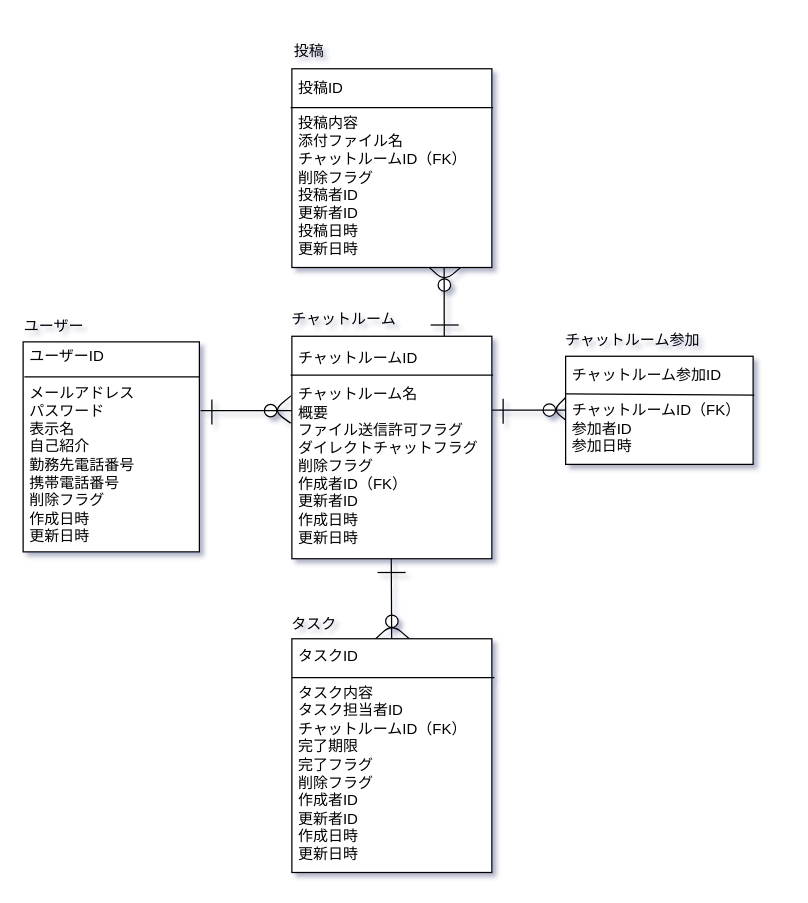
39nina/quelcode-db keeps this draw.io diagram as db/db-challenge1/erd.drawio. Above is the earlier version. Source tidied: cells renumbered, new cells numbered last; positions are measured from the earlier drawing's top-left corner, leaving out a move shared by most shapes. Both pictures are drawn from the tidied source at 125%, with x=0, y=0 at pixel (21, 21).
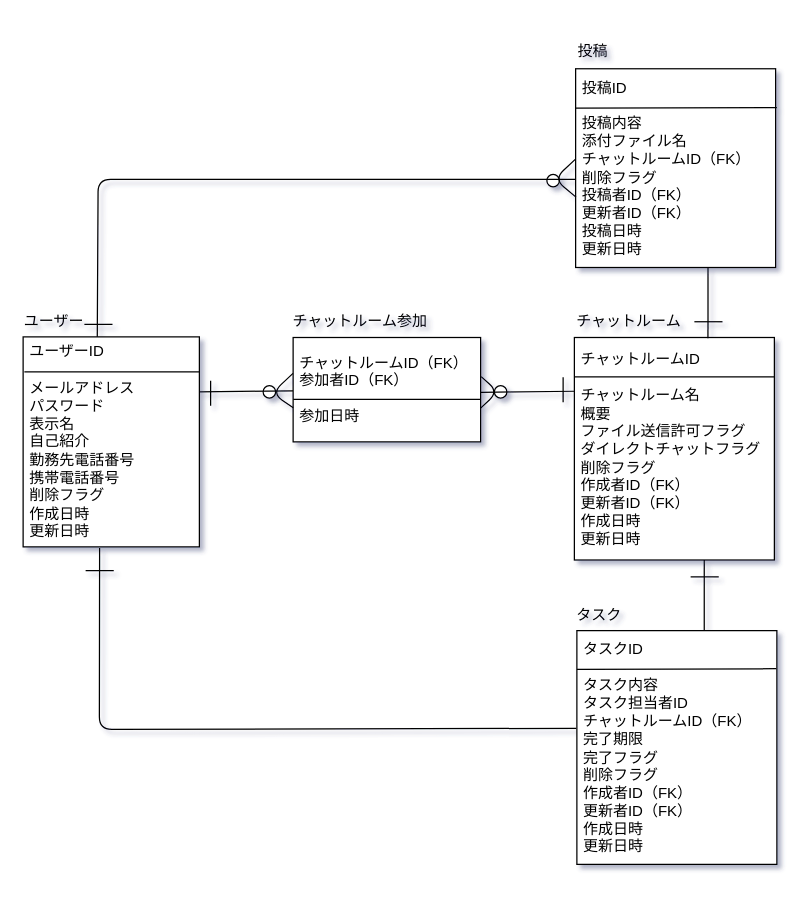
The same diagram, later.

Commit message:
ユーザーIDを外部キーとするリレーション追加およびチャットルーム参加を中間テーブルとするため構造修正

Change to the diagram source:
```diff
@@
+    <mxCell id="33" style="ellipse;whiteSpace=wrap;html=1;" parent="1" vertex="1">
+      <mxGeometry x="378" y="291" width="10" height="10" as="geometry" />
+    </mxCell>
+    <mxCell id="32" value="&lt;font style=&quot;font-size: 12px&quot;&gt;タスク&lt;/font&gt;" style="text;strokeColor=none;fillColor=none;html=1;fontSize=24;fontStyle=0;verticalAlign=middle;align=left;" parent="1" vertex="1">
+      <mxGeometry x="442" y="451" width="100" height="40" as="geometry" />
+    </mxCell>
     <mxCell id="2" style="ellipse;whiteSpace=wrap;html=1;" parent="1" vertex="1">
-      <mxGeometry x="333" y="205.5" width="10" height="10" as="geometry" />
+      <mxGeometry x="420" y="122" width="10" height="10" as="geometry" />
     </mxCell>
-    <mxCell id="3" style="ellipse;whiteSpace=wrap;html=1;" parent="1" vertex="1">
-      <mxGeometry x="417" y="305.5" width="10" height="10" as="geometry" />
-    </mxCell>
-    <mxCell id="4" style="ellipse;whiteSpace=wrap;html=1;" parent="1" vertex="1">
-      <mxGeometry x="291" y="474.5" width="10" height="10" as="geometry" />
-    </mxCell>
-    <mxCell id="5" style="endArrow=none;html=1;exitX=0.591;exitY=0.003;exitDx=0;exitDy=0;exitPerimeter=0;" parent="1" edge="1">
-      <mxGeometry relative="1" as="geometry">
-        <mxPoint x="310.6" y="494.1" as="sourcePoint" />
-        <mxPoint x="282" y="494.5" as="targetPoint" />
-        <Array as="points">
-          <mxPoint x="296" y="481.5" />
-        </Array>
-      </mxGeometry>
-    </mxCell>
+    <mxCell id="27" style="endArrow=none;html=1;entryX=0.006;entryY=0.557;entryDx=0;entryDy=0;entryPerimeter=0;exitX=0.603;exitY=1.011;exitDx=0;exitDy=0;exitPerimeter=0;" parent="1" edge="1" source="28" target="10">
+      <mxGeometry relative="1" as="geometry">
+        <Array as="points">
+          <mxPoint x="61" y="126" />
+        </Array>
+      </mxGeometry>
+    </mxCell>
     <mxCell id="6" style="ellipse;whiteSpace=wrap;html=1;" parent="1" vertex="1">
-      <mxGeometry x="194" y="306" width="10" height="10" as="geometry" />
+      <mxGeometry x="193" y="291" width="10" height="10" as="geometry" />
     </mxCell>
-    <mxCell id="7" style="endArrow=none;html=1;exitX=0.499;exitY=0.004;exitDx=0;exitDy=0;exitPerimeter=0;" parent="1" edge="1" source="18">
+    <mxCell id="7" style="endArrow=none;html=1;exitX=-0.003;exitY=0.418;exitDx=0;exitDy=0;exitPerimeter=0;entryX=0.434;entryY=1.005;entryDx=0;entryDy=0;entryPerimeter=0;" parent="1" edge="1" source="18" target="11">
       <mxGeometry relative="1" as="geometry">
-        <mxPoint x="295.5" y="429.5" as="targetPoint" />
+        <Array as="points">
+          <mxPoint x="62" y="566" />
+        </Array>
       </mxGeometry>
     </mxCell>
-    <mxCell id="8" style="endArrow=none;html=1;" parent="1" edge="1">
-      <mxGeometry relative="1" as="geometry">
-        <mxPoint x="376" y="310.5" as="sourcePoint" />
-        <mxPoint x="436" y="310.5" as="targetPoint" />
-      </mxGeometry>
-    </mxCell>
-    <mxCell id="9" style="endArrow=none;html=1;entryX=0.013;entryY=0.576;entryDx=0;entryDy=0;entryPerimeter=0;" parent="1" edge="1">
+    <mxCell id="9" style="endArrow=none;html=1;" parent="1" edge="1" target="13">
       <mxGeometry relative="1" as="geometry">
-        <mxPoint x="143" y="311" as="sourcePoint" />
-        <mxPoint x="217" y="311" as="targetPoint" />
+        <mxPoint x="142" y="296" as="sourcePoint" />
       </mxGeometry>
     </mxCell>
-    <mxCell id="10" value="&amp;nbsp;投稿ID&lt;br&gt;&lt;br&gt;&amp;nbsp;投稿内容&lt;br&gt;&amp;nbsp;添付ファイル名&lt;br&gt;&amp;nbsp;チャットルームID（FK）&lt;br&gt;&amp;nbsp;削除フラグ&lt;br&gt;&amp;nbsp;投稿者ID&lt;br&gt;&amp;nbsp;更新者ID&lt;br&gt;&amp;nbsp;投稿日時&lt;br&gt;&amp;nbsp;更新日時" style="rounded=0;whiteSpace=wrap;html=1;align=left;" parent="1" vertex="1">
-      <mxGeometry x="216" y="37.5" width="160" height="159" as="geometry" />
+    <mxCell id="10" value="&amp;nbsp;投稿ID&lt;br&gt;&lt;br&gt;&amp;nbsp;投稿内容&lt;br&gt;&amp;nbsp;添付ファイル名&lt;br&gt;&amp;nbsp;チャットルームID（FK）&lt;br&gt;&amp;nbsp;削除フラグ&lt;br&gt;&amp;nbsp;投稿者ID（FK）&lt;br&gt;&amp;nbsp;更新者ID（FK）&lt;br&gt;&amp;nbsp;投稿日時&lt;br&gt;&amp;nbsp;更新日時" style="rounded=0;whiteSpace=wrap;html=1;align=left;" parent="1" vertex="1">
+      <mxGeometry x="443" y="37.5" width="160" height="159" as="geometry" />
     </mxCell>
     <mxCell id="11" value="&amp;nbsp;ユーザーID&lt;br&gt;&lt;br&gt;&amp;nbsp;メールアドレス&lt;br&gt;&amp;nbsp;パスワード&lt;br&gt;&amp;nbsp;表示名&lt;br&gt;&amp;nbsp;自己紹介&lt;br&gt;&amp;nbsp;勤務先電話番号&lt;br&gt;&amp;nbsp;携帯電話番号&lt;br&gt;&amp;nbsp;削除フラグ&lt;br&gt;&amp;nbsp;作成日時&lt;br&gt;&amp;nbsp;更新日時" style="rounded=0;whiteSpace=wrap;html=1;align=left;" parent="1" vertex="1">
-      <mxGeometry x="1" y="256" width="141" height="168" as="geometry" />
+      <mxGeometry x="1" y="252" width="141" height="168" as="geometry" />
     </mxCell>
-    <mxCell id="12" value="&amp;nbsp;チャットルームID&lt;br&gt;&lt;br&gt;&amp;nbsp;チャットルーム名&lt;br&gt;&amp;nbsp;概要&lt;br&gt;&amp;nbsp;ファイル送信許可フラグ&lt;br&gt;&amp;nbsp;ダイレクトチャットフラグ&lt;br&gt;&amp;nbsp;削除フラグ&lt;br&gt;&amp;nbsp;作成者ID（FK）&lt;br&gt;&amp;nbsp;更新者ID&lt;br&gt;&amp;nbsp;作成日時&lt;br&gt;&amp;nbsp;更新日時" style="rounded=0;whiteSpace=wrap;html=1;align=left;" parent="1" vertex="1">
-      <mxGeometry x="216" y="251.5" width="160" height="178" as="geometry" />
+    <mxCell id="12" value="&amp;nbsp;チャットルームID&lt;br&gt;&lt;br&gt;&amp;nbsp;チャットルーム名&lt;br&gt;&amp;nbsp;概要&lt;br&gt;&amp;nbsp;ファイル送信許可フラグ&lt;br&gt;&amp;nbsp;ダイレクトチャットフラグ&lt;br&gt;&amp;nbsp;削除フラグ&lt;br&gt;&amp;nbsp;作成者ID（FK）&lt;br&gt;&amp;nbsp;更新者ID（FK）&lt;br&gt;&amp;nbsp;作成日時&lt;br&gt;&amp;nbsp;更新日時" style="rounded=0;whiteSpace=wrap;html=1;align=left;" parent="1" vertex="1">
+      <mxGeometry x="442" y="252.5" width="160" height="178" as="geometry" />
     </mxCell>
-    <mxCell id="13" value="&amp;nbsp;チャットルーム参加ID&lt;br&gt;&lt;br&gt;&amp;nbsp;チャットルームID（FK）&lt;br&gt;&amp;nbsp;参加者ID&lt;br&gt;&amp;nbsp;参加日時" style="rounded=0;whiteSpace=wrap;html=1;align=left;" parent="1" vertex="1">
-      <mxGeometry x="435" y="267.5" width="150" height="86.5" as="geometry" />
+    <mxCell id="13" value="&amp;nbsp;チャットルームID（FK）&lt;br&gt;&amp;nbsp;参加者ID（FK）&lt;br&gt;&lt;br&gt;&amp;nbsp;参加日時" style="rounded=0;whiteSpace=wrap;html=1;align=left;" parent="1" vertex="1">
+      <mxGeometry x="217" y="252.5" width="150" height="83.5" as="geometry" />
     </mxCell>
     <mxCell id="14" style="endArrow=none;html=1;entryX=1;entryY=0.207;entryDx=0;entryDy=0;entryPerimeter=0;" parent="1" edge="1">
       <mxGeometry relative="1" as="geometry">
-        <mxPoint x="2" y="284" as="sourcePoint" />
-        <mxPoint x="142" y="284" as="targetPoint" />
+        <mxPoint x="2" y="280" as="sourcePoint" />
+        <mxPoint x="142" y="280" as="targetPoint" />
       </mxGeometry>
     </mxCell>
-    <mxCell id="15" style="endArrow=none;html=1;" parent="1" edge="1">
-      <mxGeometry relative="1" as="geometry">
-        <mxPoint x="215" y="282.5" as="sourcePoint" />
-        <mxPoint x="377" y="282.5" as="targetPoint" />
-      </mxGeometry>
+    <mxCell id="15" style="endArrow=none;html=1;entryX=1.001;entryY=0.177;entryDx=0;entryDy=0;entryPerimeter=0;exitX=-0.001;exitY=0.177;exitDx=0;exitDy=0;exitPerimeter=0;" parent="1" edge="1" source="12" target="12">
+      <mxGeometry relative="1" as="geometry" />
     </mxCell>
-    <mxCell id="16" style="endArrow=none;html=1;" parent="1" edge="1">
-      <mxGeometry relative="1" as="geometry">
-        <mxPoint x="435" y="297.5" as="sourcePoint" />
-        <mxPoint x="586" y="298.5" as="targetPoint" />
-      </mxGeometry>
-    </mxCell>
     <mxCell id="17" style="endArrow=none;html=1;" parent="1" edge="1">
       <mxGeometry relative="1" as="geometry">
-        <mxPoint x="215" y="68.5" as="sourcePoint" />
-        <mxPoint x="377" y="68.5" as="targetPoint" />
+        <mxPoint x="443" y="69" as="sourcePoint" />
+        <mxPoint x="604" y="68.5" as="targetPoint" />
       </mxGeometry>
     </mxCell>
-    <mxCell id="18" value="&amp;nbsp;タスクID&lt;br&gt;&lt;br&gt;&amp;nbsp;タスク内容&lt;br&gt;&amp;nbsp;タスク担当者ID&lt;br&gt;&amp;nbsp;チャットルームID（FK）&lt;br&gt;&amp;nbsp;完了期限&lt;br&gt;&amp;nbsp;完了フラグ&lt;br&gt;&amp;nbsp;削除フラグ&lt;br&gt;&amp;nbsp;作成者ID&lt;br&gt;&amp;nbsp;更新者ID&lt;br&gt;&amp;nbsp;作成日時&lt;br&gt;&amp;nbsp;更新日時" style="rounded=0;whiteSpace=wrap;html=1;align=left;" parent="1" vertex="1">
-      <mxGeometry x="216" y="493.5" width="160" height="187" as="geometry" />
+    <mxCell id="18" value="&amp;nbsp;タスクID&lt;br&gt;&lt;br&gt;&amp;nbsp;タスク内容&lt;br&gt;&amp;nbsp;タスク担当者ID&lt;br&gt;&amp;nbsp;チャットルームID（FK）&lt;br&gt;&amp;nbsp;完了期限&lt;br&gt;&amp;nbsp;完了フラグ&lt;br&gt;&amp;nbsp;削除フラグ&lt;br&gt;&amp;nbsp;作成者ID（FK）&lt;br&gt;&amp;nbsp;更新者ID（FK）&lt;br&gt;&amp;nbsp;作成日時&lt;br&gt;&amp;nbsp;更新日時" style="rounded=0;whiteSpace=wrap;html=1;align=left;" parent="1" vertex="1">
+      <mxGeometry x="444" y="487" width="160" height="187" as="geometry" />
     </mxCell>
-    <mxCell id="19" style="endArrow=none;html=1;" parent="1" edge="1">
+    <mxCell id="19" style="endArrow=none;html=1;entryX=0.997;entryY=0.163;entryDx=0;entryDy=0;entryPerimeter=0;" parent="1" edge="1" target="18">
       <mxGeometry relative="1" as="geometry">
-        <mxPoint x="216" y="524.5" as="sourcePoint" />
-        <mxPoint x="378" y="524.5" as="targetPoint" />
+        <mxPoint x="444" y="518" as="sourcePoint" />
       </mxGeometry>
     </mxCell>
-    <mxCell id="20" style="endArrow=none;html=1;" parent="1" edge="1">
-      <mxGeometry relative="1" as="geometry">
-        <mxPoint x="351" y="196.5" as="sourcePoint" />
-        <mxPoint x="326" y="196.5" as="targetPoint" />
-        <Array as="points">
-          <mxPoint x="338" y="207.5" />
-        </Array>
-      </mxGeometry>
-    </mxCell>
     <mxCell id="21" style="endArrow=none;html=1;" parent="1" edge="1">
       <mxGeometry relative="1" as="geometry">
-        <mxPoint x="152" y="322" as="sourcePoint" />
-        <mxPoint x="152" y="302" as="targetPoint" />
+        <mxPoint x="151" y="307" as="sourcePoint" />
+        <mxPoint x="151" y="287" as="targetPoint" />
       </mxGeometry>
     </mxCell>
-    <mxCell id="22" style="endArrow=none;html=1;entryX=0.001;entryY=0.48;entryDx=0;entryDy=0;entryPerimeter=0;" parent="1" edge="1">
+    <mxCell id="22" style="endArrow=none;html=1;entryX=-0.001;entryY=0.32;entryDx=0;entryDy=0;entryPerimeter=0;exitX=0.001;exitY=0.638;exitDx=0;exitDy=0;exitPerimeter=0;" parent="1" edge="1">
       <mxGeometry relative="1" as="geometry">
-        <mxPoint x="215" y="321" as="sourcePoint" />
-        <mxPoint x="215.2" y="299.2" as="targetPoint" />
+        <mxPoint x="217.1" y="308.7" as="sourcePoint" />
+        <mxPoint x="216.9" y="281.2" as="targetPoint" />
         <Array as="points">
-          <mxPoint x="201" y="311" />
+          <mxPoint x="200" y="297" />
         </Array>
       </mxGeometry>
     </mxCell>
-    <mxCell id="23" style="endArrow=none;html=1;" parent="1" edge="1">
-      <mxGeometry relative="1" as="geometry">
-        <mxPoint x="385" y="321.5" as="sourcePoint" />
-        <mxPoint x="385" y="301.5" as="targetPoint" />
-      </mxGeometry>
-    </mxCell>
-    <mxCell id="24" style="endArrow=none;html=1;" parent="1" edge="1">
-      <mxGeometry relative="1" as="geometry">
-        <mxPoint x="435" y="318.5" as="sourcePoint" />
-        <mxPoint x="435" y="300.5" as="targetPoint" />
-        <Array as="points">
-          <mxPoint x="425" y="310.5" />
-        </Array>
-      </mxGeometry>
-    </mxCell>
-    <mxCell id="25" style="endArrow=none;html=1;" parent="1" edge="1">
-      <mxGeometry relative="1" as="geometry">
-        <mxPoint x="349.5" y="242.5" as="sourcePoint" />
-        <mxPoint x="327" y="242.5" as="targetPoint" />
-      </mxGeometry>
-    </mxCell>
     <mxCell id="26" style="endArrow=none;html=1;" parent="1" edge="1">
       <mxGeometry relative="1" as="geometry">
-        <mxPoint x="307" y="440.5" as="sourcePoint" />
-        <mxPoint x="284.5" y="440.5" as="targetPoint" />
+        <mxPoint x="73.5" y="439" as="sourcePoint" />
+        <mxPoint x="51" y="439" as="targetPoint" />
       </mxGeometry>
     </mxCell>
-    <mxCell id="27" style="endArrow=none;html=1;entryX=0.499;entryY=1.001;entryDx=0;entryDy=0;entryPerimeter=0;" parent="1" edge="1">
-      <mxGeometry relative="1" as="geometry">
-        <mxPoint x="337.9" y="251.5" as="sourcePoint" />
-        <mxPoint x="337.8" y="196.7" as="targetPoint" />
-      </mxGeometry>
-    </mxCell>
     <mxCell id="28" value="&lt;font style=&quot;font-size: 12px&quot;&gt;ユーザー&lt;/font&gt;" style="text;strokeColor=none;fillColor=none;html=1;fontSize=24;fontStyle=0;verticalAlign=middle;align=left;" parent="1" vertex="1">
-      <mxGeometry y="220" width="100" height="40" as="geometry" />
+      <mxGeometry y="216" width="100" height="40" as="geometry" />
     </mxCell>
     <mxCell id="29" value="&lt;font style=&quot;font-size: 12px&quot;&gt;投稿&lt;/font&gt;" style="text;strokeColor=none;fillColor=none;html=1;fontSize=24;fontStyle=0;verticalAlign=middle;align=left;" parent="1" vertex="1">
-      <mxGeometry x="216" y="-0.5" width="100" height="40" as="geometry" />
+      <mxGeometry x="443" y="-0.5" width="100" height="40" as="geometry" />
     </mxCell>
     <mxCell id="30" value="&lt;font style=&quot;font-size: 12px&quot;&gt;チャットルーム&lt;/font&gt;" style="text;strokeColor=none;fillColor=none;html=1;fontSize=24;fontStyle=0;verticalAlign=middle;align=left;" parent="1" vertex="1">
-      <mxGeometry x="214" y="213.5" width="100" height="40" as="geometry" />
+      <mxGeometry x="442" y="216" width="100" height="40" as="geometry" />
     </mxCell>
     <mxCell id="31" value="&lt;font style=&quot;font-size: 12px&quot;&gt;チャットルーム参加&lt;/font&gt;" style="text;strokeColor=none;fillColor=none;html=1;fontSize=24;fontStyle=0;verticalAlign=middle;align=left;" parent="1" vertex="1">
-      <mxGeometry x="433" y="230.5" width="100" height="40" as="geometry" />
+      <mxGeometry x="215" y="215.5" width="100" height="40" as="geometry" />
     </mxCell>
-    <mxCell id="32" value="&lt;font style=&quot;font-size: 12px&quot;&gt;タスク&lt;/font&gt;" style="text;strokeColor=none;fillColor=none;html=1;fontSize=24;fontStyle=0;verticalAlign=middle;align=left;" parent="1" vertex="1">
-      <mxGeometry x="214" y="457.5" width="100" height="40" as="geometry" />
-    </mxCell>
+    <mxCell id="34" style="endArrow=none;html=1;entryX=-0.001;entryY=0.32;entryDx=0;entryDy=0;entryPerimeter=0;exitX=0.002;exitY=0.646;exitDx=0;exitDy=0;exitPerimeter=0;" parent="1" edge="1" source="10">
+      <mxGeometry relative="1" as="geometry">
+        <mxPoint x="442.7" y="110" as="targetPoint" />
+        <Array as="points">
+          <mxPoint x="425.9" y="125.8" />
+        </Array>
+      </mxGeometry>
+    </mxCell>
+    <mxCell id="16" style="endArrow=none;html=1;entryX=0.999;entryY=0.593;entryDx=0;entryDy=0;entryPerimeter=0;" parent="1" edge="1" target="13">
+      <mxGeometry relative="1" as="geometry">
+        <mxPoint x="217" y="301.9" as="sourcePoint" />
+      </mxGeometry>
+    </mxCell>
+    <mxCell id="35" style="endArrow=none;html=1;" parent="1" edge="1">
+      <mxGeometry relative="1" as="geometry">
+        <mxPoint x="72.5" y="242" as="sourcePoint" />
+        <mxPoint x="50" y="242" as="targetPoint" />
+      </mxGeometry>
+    </mxCell>
+    <mxCell id="36" style="endArrow=none;html=1;exitX=0.662;exitY=1.003;exitDx=0;exitDy=0;exitPerimeter=0;entryX=0.668;entryY=0.003;entryDx=0;entryDy=0;entryPerimeter=0;" parent="1" edge="1" source="10" target="12">
+      <mxGeometry relative="1" as="geometry" />
+    </mxCell>
+    <mxCell id="37" style="endArrow=none;html=1;" parent="1" edge="1">
+      <mxGeometry relative="1" as="geometry">
+        <mxPoint x="560.5" y="239.9" as="sourcePoint" />
+        <mxPoint x="538" y="239.9" as="targetPoint" />
+      </mxGeometry>
+    </mxCell>
+    <mxCell id="38" style="endArrow=none;html=1;" parent="1" edge="1">
+      <mxGeometry relative="1" as="geometry">
+        <mxPoint x="557.5" y="444" as="sourcePoint" />
+        <mxPoint x="535" y="444" as="targetPoint" />
+      </mxGeometry>
+    </mxCell>
+    <mxCell id="39" style="endArrow=none;html=1;exitX=0.662;exitY=1.003;exitDx=0;exitDy=0;exitPerimeter=0;entryX=0.668;entryY=0.003;entryDx=0;entryDy=0;entryPerimeter=0;" parent="1" edge="1">
+      <mxGeometry relative="1" as="geometry">
+        <mxPoint x="545.9" y="430.5" as="sourcePoint" />
+        <mxPoint x="545.9" y="486.6" as="targetPoint" />
+      </mxGeometry>
+    </mxCell>
+    <mxCell id="40" style="endArrow=none;html=1;" parent="1" edge="1">
+      <mxGeometry relative="1" as="geometry">
+        <mxPoint x="367" y="296.4" as="sourcePoint" />
+        <mxPoint x="442" y="295.5" as="targetPoint" />
+      </mxGeometry>
+    </mxCell>
+    <mxCell id="41" style="endArrow=none;html=1;entryX=1.003;entryY=0.375;entryDx=0;entryDy=0;entryPerimeter=0;" parent="1" edge="1" target="13">
+      <mxGeometry relative="1" as="geometry">
+        <mxPoint x="367" y="309" as="sourcePoint" />
+        <Array as="points">
+          <mxPoint x="381" y="296" />
+        </Array>
+      </mxGeometry>
+    </mxCell>
+    <mxCell id="42" style="endArrow=none;html=1;" parent="1" edge="1">
+      <mxGeometry relative="1" as="geometry">
+        <mxPoint x="433" y="304.2" as="sourcePoint" />
+        <mxPoint x="433" y="284.2" as="targetPoint" />
+      </mxGeometry>
+    </mxCell>
```
